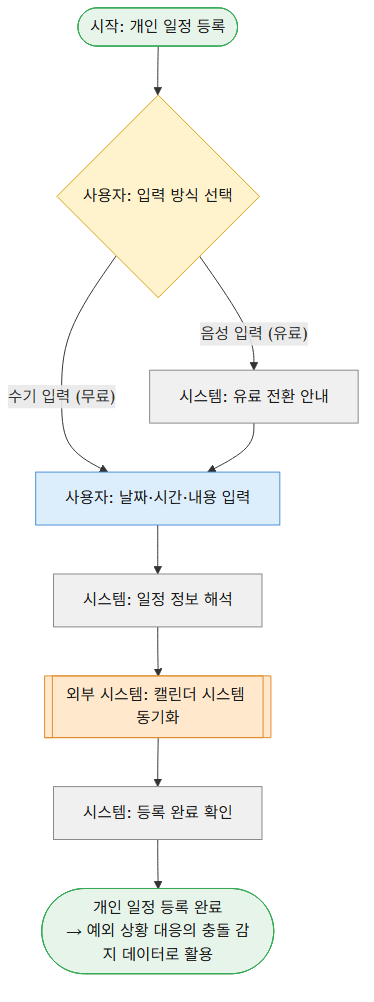
Above: docs/서비스흐름도/02_개인일정등록.png in tarcein/LGDXPJ (Mermaid), before the change. Its source is kept beside it as docs/서비스흐름도/02_개인일정등록.mmd.
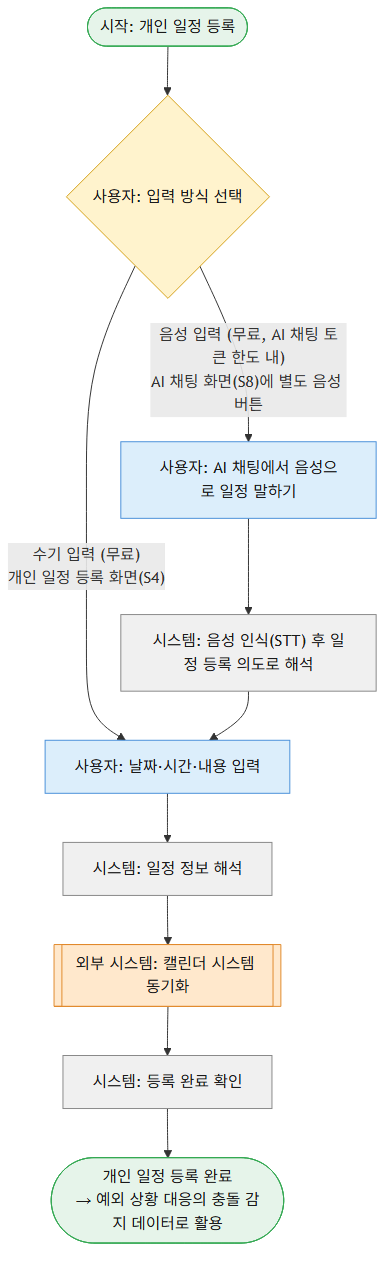
Later version of the same file.

Diff of the diagram source:
```diff
@@ -1,8 +1,9 @@
 flowchart TD
     Start(["시작: 개인 일정 등록"]):::terminal --> A{"사용자: 입력 방식 선택"}:::decision
-    A -- "수기 입력 (무료)" --> B["사용자: 날짜·시간·내용 입력"]:::user
-    A -- "음성 입력 (유료)" --> C["시스템: 유료 전환 안내"]:::system
-    C --> B
+    A -- "수기 입력 (무료)\n개인 일정 등록 화면(S4)" --> B["사용자: 날짜·시간·내용 입력"]:::user
+    A -- "음성 입력 (무료, AI 채팅 토큰 한도 내)\nAI 채팅 화면(S8)에 별도 음성 버튼" --> V["사용자: AI 채팅에서 음성으로 일정 말하기"]:::user
+    V --> W["시스템: 음성 인식(STT) 후 일정 등록 의도로 해석"]:::system
+    W --> B
     B --> D["시스템: 일정 정보 해석"]:::system
     D --> E[["외부 시스템: 캘린더 시스템 동기화"]]:::external
     E --> F["시스템: 등록 완료 확인"]:::system
```
